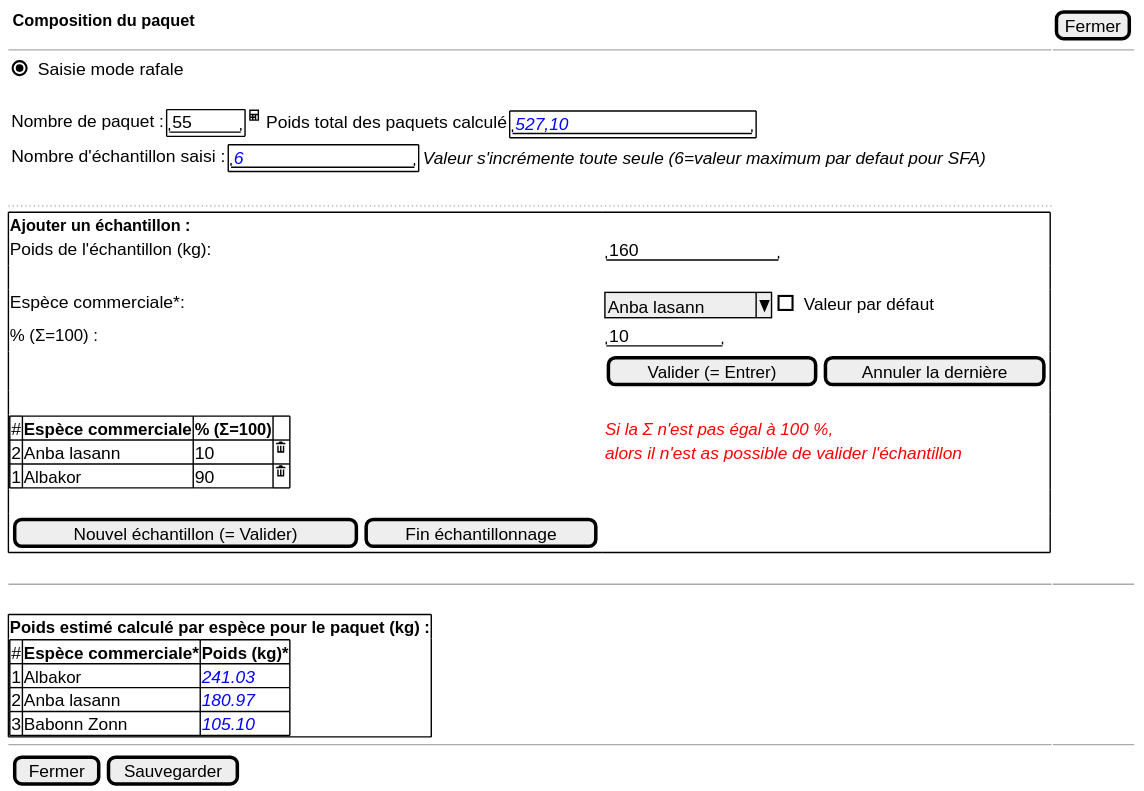
Earlier version of the PlantUML export use-case/collect/trip/landing-ui-composition-tablet.svg (sumaris-net/sumaris-doc). Its source is kept beside it as use-case/collect/trip/landing-ui-composition-tablet.puml.
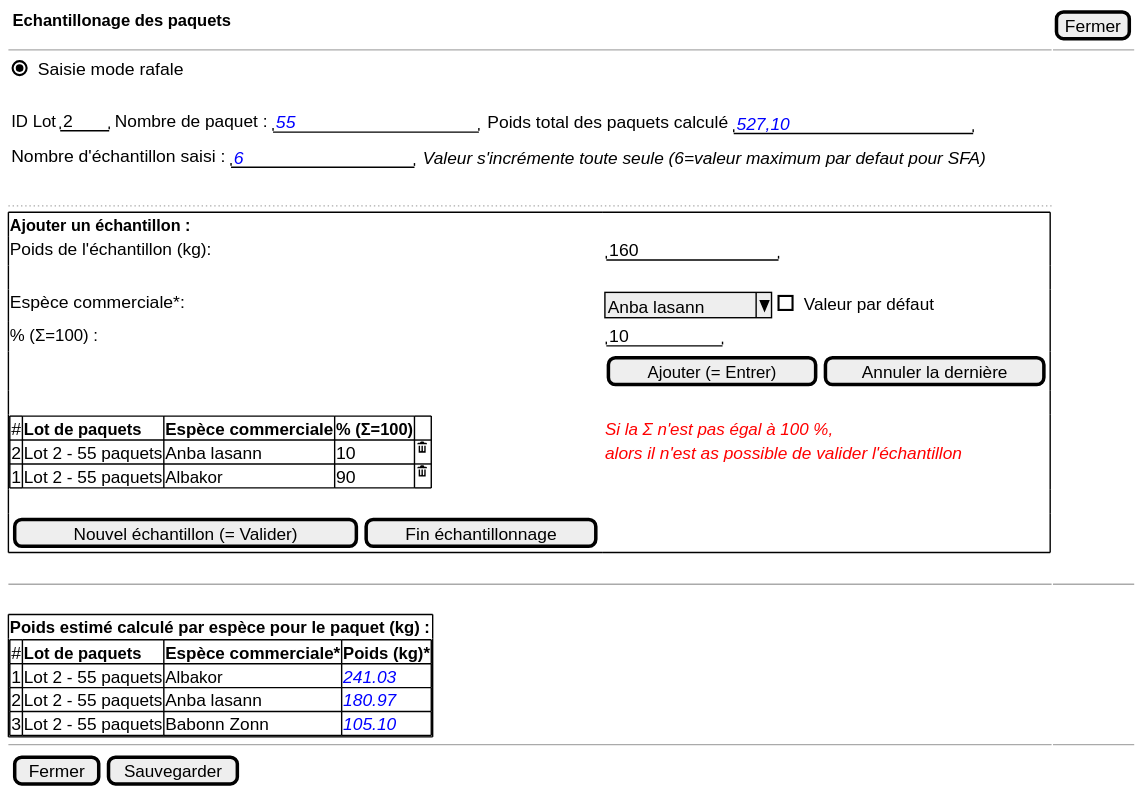
The same file after the commit.

What changed in the source:
```diff
@@ -1,12 +1,12 @@
 @startsalt
 {
-  <b> Composition du paquet | [Fermer]
+  <b> Echantillonage des paquets | [Fermer]
   -- | --
   {(X) Saisie mode rafale  }
   {
     .
-    {Nombre de paquet : {+"   55 " } <&calculator> | {Poids total des paquets calculé {+  "<color:blue><i>527,10"}}}
-    {Nombre d'échantillon saisi : {+ "<color:blue><i>6" } | {<i>Valeur s'incrémente toute seule (6=valeur maximum par defaut pour SFA)} }
+    {ID Lot| " 2  " | Nombre de paquet : {"<color:blue><i>55 "} | {Poids total des paquets calculé { "<color:blue><i>527,10"}}}
+    {Nombre d'échantillon saisi : {"<color:blue><i>6"} | {<i>Valeur s'incrémente toute seule (6=valeur maximum par defaut pour SFA)} }
   }
 .
 ..
@@ -16,12 +16,12 @@
   .
   Espèce commerciale*:       | { ^ Anba lasann ^ | [] Valeur par défaut }
   % (Σ=100) :               | { "    10    " }
-  . |  {[Valider (= Entrer)] | [Annuler la dernière]}
+  . |  {[Ajouter (= Entrer)] | [Annuler la dernière]}
   .
       {#
-        # | <b>Espèce commerciale  | <b>% (Σ=100) | .
-        2 | Anba lasann            | 10           | <&trash>
-        1 | Albakor                | 90           | <&trash>
+        # | <b>Lot de paquets  | <b>Espèce commerciale  | <b>% (Σ=100) | .
+        2 | Lot 2 - 55 paquets | Anba lasann            | 10           | <&trash>
+        1 | Lot 2 - 55 paquets | Albakor                | 90           | <&trash>
       } | {<color:red><i>Si la Σ n'est pas égal à 100 %,
       <color:red><i>alors il n'est as possible de valider l'échantillon }
   .
@@ -33,10 +33,10 @@
   {+
     <b>Poids estimé calculé par espèce pour le paquet (kg) :
     {#
-        # | <b>Espèce commerciale*  | <b>Poids (kg)*
-        1 | Albakor                 | <color:blue><i>241.03
-        2 | Anba lasann             | <color:blue><i>180.97
-        3 | Babonn Zonn             | <color:blue><i>105.10
+        # | <b>Lot de paquets  | <b>Espèce commerciale*  | <b>Poids (kg)*
+        1 | Lot 2 - 55 paquets | Albakor                 | <color:blue><i>241.03
+        2 | Lot 2 - 55 paquets | Anba lasann             | <color:blue><i>180.97
+        3 | Lot 2 - 55 paquets | Babonn Zonn             | <color:blue><i>105.10
     }
   }
 
```
